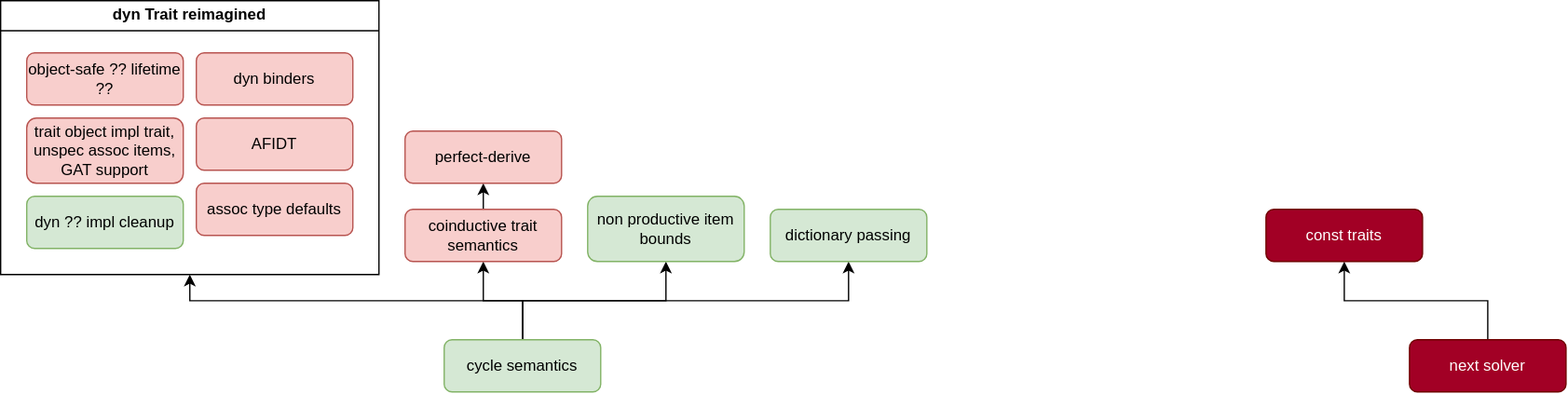
This is roadmap.svg from lcnr/roadmap, a draw.io export, as it was before one commit. Source tidied: cells renumbered, new cells last; positions are measured from the earlier drawing's top-left corner, leaving out a move shared by most shapes.
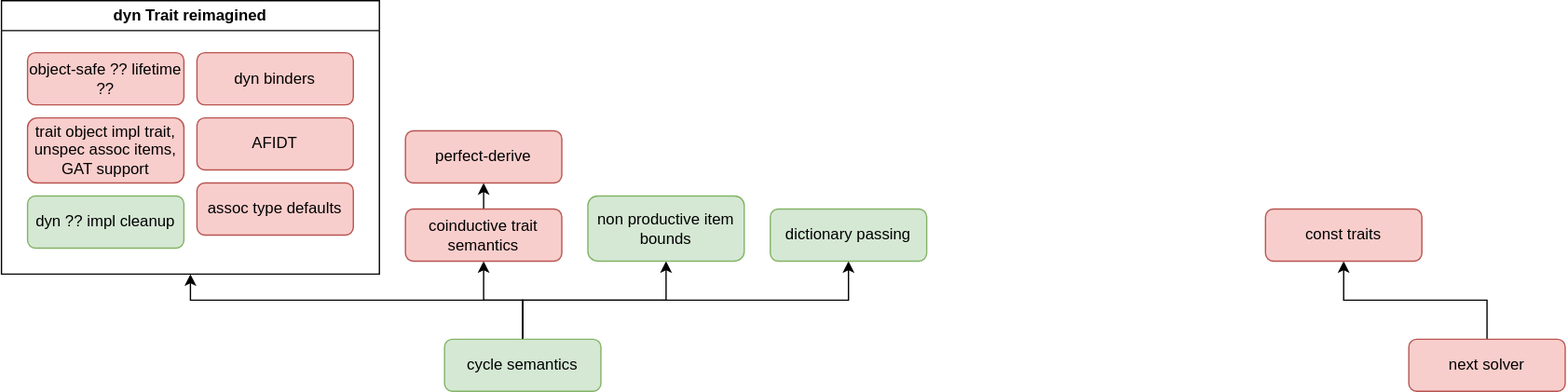
Above is the later version.

Change to the diagram source:
```diff
@@ -66,10 +66,10 @@
     <mxCell id="19" style="edgeStyle=orthogonalEdgeStyle;rounded=0;jettySize=auto;html=1;exitX=0.5;exitY=0;exitDx=0;exitDy=0;entryX=0.5;entryY=1;entryDx=0;entryDy=0;" parent="1" edge="1" source="20" target="21">
       <mxGeometry relative="1" as="geometry" />
     </mxCell>
-    <mxCell id="20" value="next solver" style="rounded=1;whiteSpace=wrap;html=1;fillColor=#a20025;fontColor=#ffffff;strokeColor=#6F0000;" parent="1" vertex="1">
+    <mxCell id="20" value="next solver" style="rounded=1;whiteSpace=wrap;html=1;fillColor=#f8cecc;strokeColor=#b85450;" parent="1" vertex="1">
       <mxGeometry x="1080" y="260" width="120" height="40" as="geometry" />
     </mxCell>
-    <mxCell id="21" value="const traits" style="rounded=1;whiteSpace=wrap;html=1;fillColor=#a20025;fontColor=#ffffff;strokeColor=#6F0000;" parent="1" vertex="1">
+    <mxCell id="21" value="const traits" style="rounded=1;whiteSpace=wrap;html=1;fillColor=#f8cecc;strokeColor=#b85450;" parent="1" vertex="1">
       <mxGeometry x="970" y="160" width="120" height="40" as="geometry" />
     </mxCell>
   </root>
```
